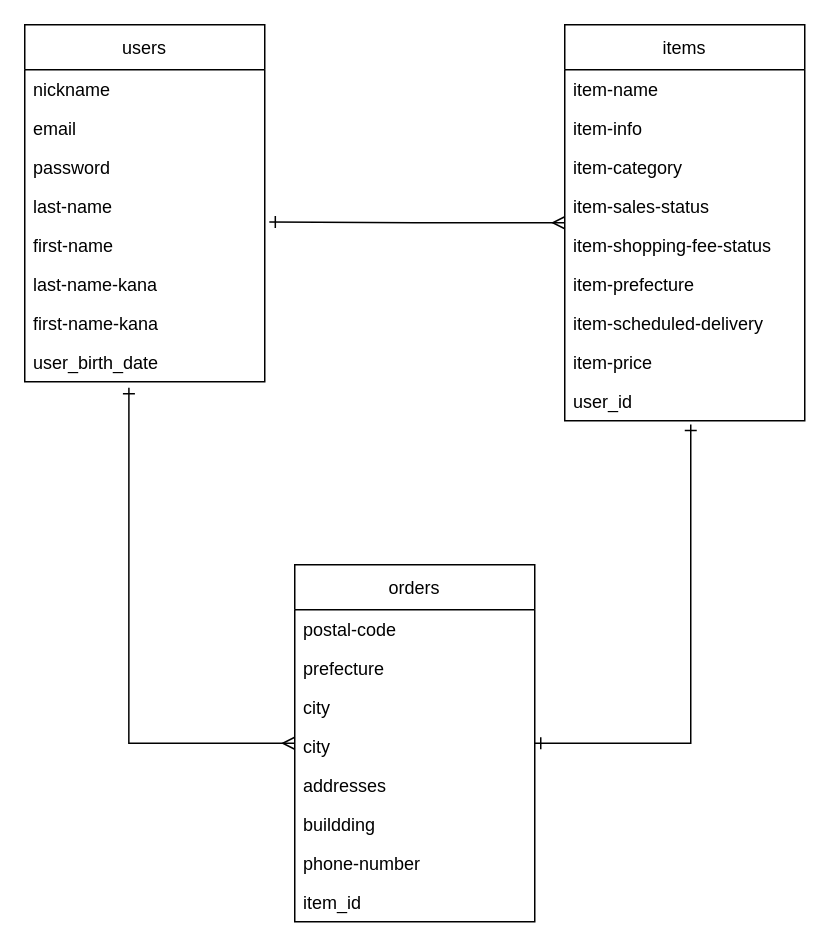
Earlier version of the draw.io diagram furima.dio (mikuma1/furima-31094). Source tidied: cells renumbered, new cells numbered last; positions are measured from the earlier drawing's top-left corner, leaving out a move shared by most shapes. Both pictures are drawn from the tidied source at 150%, with x=0, y=0 at pixel (24, 24).
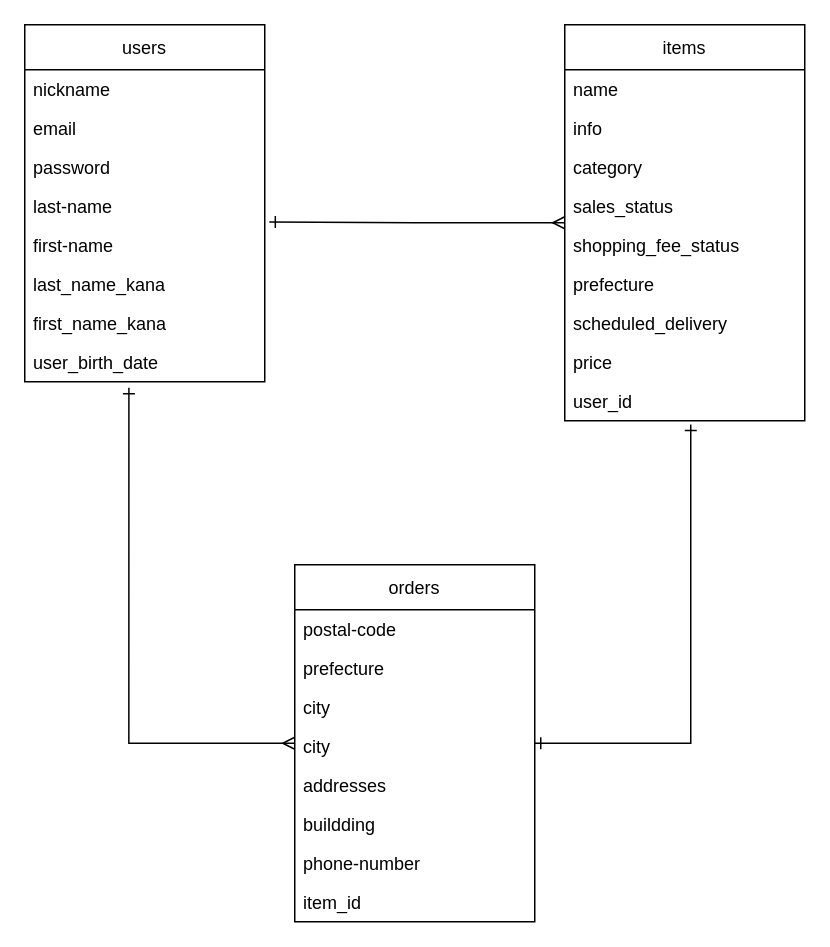
After the change.

Commit message (it also covers changes not shown here):
itemsテーブルのカラム省略　カラム名のアンダースコア化

The change refers to these unchanged cells:
```xml
<mxCell id="3" value="items" style="swimlane;fontStyle=0;horizontal=1;startSize=30;fillColor=none;" parent="1" vertex="1">
  <mxGeometry x="360" width="160" height="264" as="geometry" />
</mxCell>
<mxCell id="13" value="users" style="swimlane;fontStyle=0;horizontal=1;startSize=30;fillColor=none;" parent="1" vertex="1">
  <mxGeometry width="160" height="238" as="geometry" />
</mxCell>
```

Diff of the diagram source:
```diff
@@
-    <mxCell id="4" value="item-name" style="text;strokeColor=none;fillColor=none;align=left;verticalAlign=top;spacingLeft=4;spacingRight=4;overflow=hidden;" parent="3" vertex="1">
+    <mxCell id="4" value="name" style="text;strokeColor=none;fillColor=none;align=left;verticalAlign=top;spacingLeft=4;spacingRight=4;overflow=hidden;" parent="3" vertex="1">
       <mxGeometry y="30" width="160" height="26" as="geometry" />
     </mxCell>
-    <mxCell id="5" value="item-info" style="text;strokeColor=none;fillColor=none;align=left;verticalAlign=top;spacingLeft=4;spacingRight=4;overflow=hidden;" parent="3" vertex="1">
+    <mxCell id="5" value="info" style="text;strokeColor=none;fillColor=none;align=left;verticalAlign=top;spacingLeft=4;spacingRight=4;overflow=hidden;" parent="3" vertex="1">
       <mxGeometry y="56" width="160" height="26" as="geometry" />
     </mxCell>
-    <mxCell id="6" value="item-category" style="text;strokeColor=none;fillColor=none;align=left;verticalAlign=top;spacingLeft=4;spacingRight=4;overflow=hidden;" parent="3" vertex="1">
+    <mxCell id="6" value="category" style="text;strokeColor=none;fillColor=none;align=left;verticalAlign=top;spacingLeft=4;spacingRight=4;overflow=hidden;" parent="3" vertex="1">
       <mxGeometry y="82" width="160" height="26" as="geometry" />
     </mxCell>
-    <mxCell id="7" value="item-sales-status" style="text;strokeColor=none;fillColor=none;align=left;verticalAlign=top;spacingLeft=4;spacingRight=4;overflow=hidden;" parent="3" vertex="1">
+    <mxCell id="7" value="sales_status" style="text;strokeColor=none;fillColor=none;align=left;verticalAlign=top;spacingLeft=4;spacingRight=4;overflow=hidden;" parent="3" vertex="1">
       <mxGeometry y="108" width="160" height="26" as="geometry" />
     </mxCell>
-    <mxCell id="8" value="item-shopping-fee-status" style="text;strokeColor=none;fillColor=none;align=left;verticalAlign=top;spacingLeft=4;spacingRight=4;overflow=hidden;" parent="3" vertex="1">
+    <mxCell id="8" value="shopping_fee_status" style="text;strokeColor=none;fillColor=none;align=left;verticalAlign=top;spacingLeft=4;spacingRight=4;overflow=hidden;" parent="3" vertex="1">
       <mxGeometry y="134" width="160" height="26" as="geometry" />
     </mxCell>
-    <mxCell id="9" value="item-prefecture" style="text;strokeColor=none;fillColor=none;align=left;verticalAlign=top;spacingLeft=4;spacingRight=4;overflow=hidden;" parent="3" vertex="1">
+    <mxCell id="9" value="prefecture" style="text;strokeColor=none;fillColor=none;align=left;verticalAlign=top;spacingLeft=4;spacingRight=4;overflow=hidden;" parent="3" vertex="1">
       <mxGeometry y="160" width="160" height="26" as="geometry" />
     </mxCell>
-    <mxCell id="10" value="item-scheduled-delivery" style="text;strokeColor=none;fillColor=none;align=left;verticalAlign=top;spacingLeft=4;spacingRight=4;overflow=hidden;" parent="3" vertex="1">
+    <mxCell id="10" value="scheduled_delivery" style="text;strokeColor=none;fillColor=none;align=left;verticalAlign=top;spacingLeft=4;spacingRight=4;overflow=hidden;" parent="3" vertex="1">
       <mxGeometry y="186" width="160" height="26" as="geometry" />
     </mxCell>
-    <mxCell id="11" value="item-price" style="text;strokeColor=none;fillColor=none;align=left;verticalAlign=top;spacingLeft=4;spacingRight=4;overflow=hidden;" parent="3" vertex="1">
+    <mxCell id="11" value="price" style="text;strokeColor=none;fillColor=none;align=left;verticalAlign=top;spacingLeft=4;spacingRight=4;overflow=hidden;" parent="3" vertex="1">
       <mxGeometry y="212" width="160" height="26" as="geometry" />
     </mxCell>
@@
-    <mxCell id="19" value="last-name-kana" style="text;strokeColor=none;fillColor=none;align=left;verticalAlign=top;spacingLeft=4;spacingRight=4;overflow=hidden;" parent="13" vertex="1">
+    <mxCell id="19" value="last_name_kana" style="text;strokeColor=none;fillColor=none;align=left;verticalAlign=top;spacingLeft=4;spacingRight=4;overflow=hidden;" parent="13" vertex="1">
       <mxGeometry y="160" width="160" height="26" as="geometry" />
     </mxCell>
-    <mxCell id="20" value="first-name-kana" style="text;strokeColor=none;fillColor=none;align=left;verticalAlign=top;spacingLeft=4;spacingRight=4;overflow=hidden;" parent="13" vertex="1">
+    <mxCell id="20" value="first_name_kana" style="text;strokeColor=none;fillColor=none;align=left;verticalAlign=top;spacingLeft=4;spacingRight=4;overflow=hidden;" parent="13" vertex="1">
       <mxGeometry y="186" width="160" height="26" as="geometry" />
     </mxCell>
```
